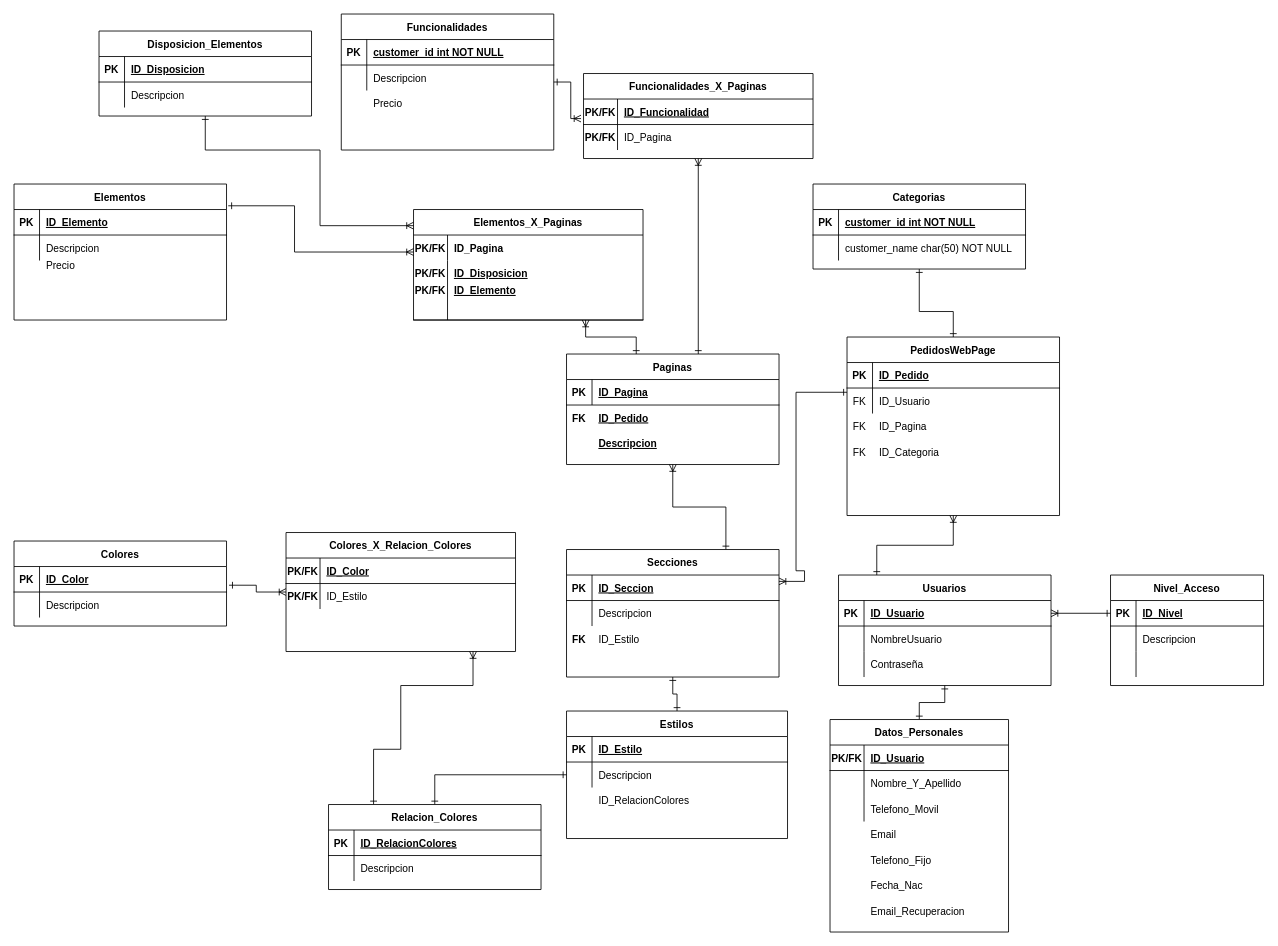
The draw.io diagram TPC_Ferreira_Huarcaya/Diagramas/DiagramaSQL.drawio in Cout-Nico-F/TPC_Ferreira_Huarcaya, before the edit. Source tidied: cells renumbered, new cells numbered last; positions are measured from the earlier drawing's top-left corner, leaving out a move shared by most shapes. Both pictures are drawn from the tidied source at 85%, with x=0, y=0 at pixel (14, 14).
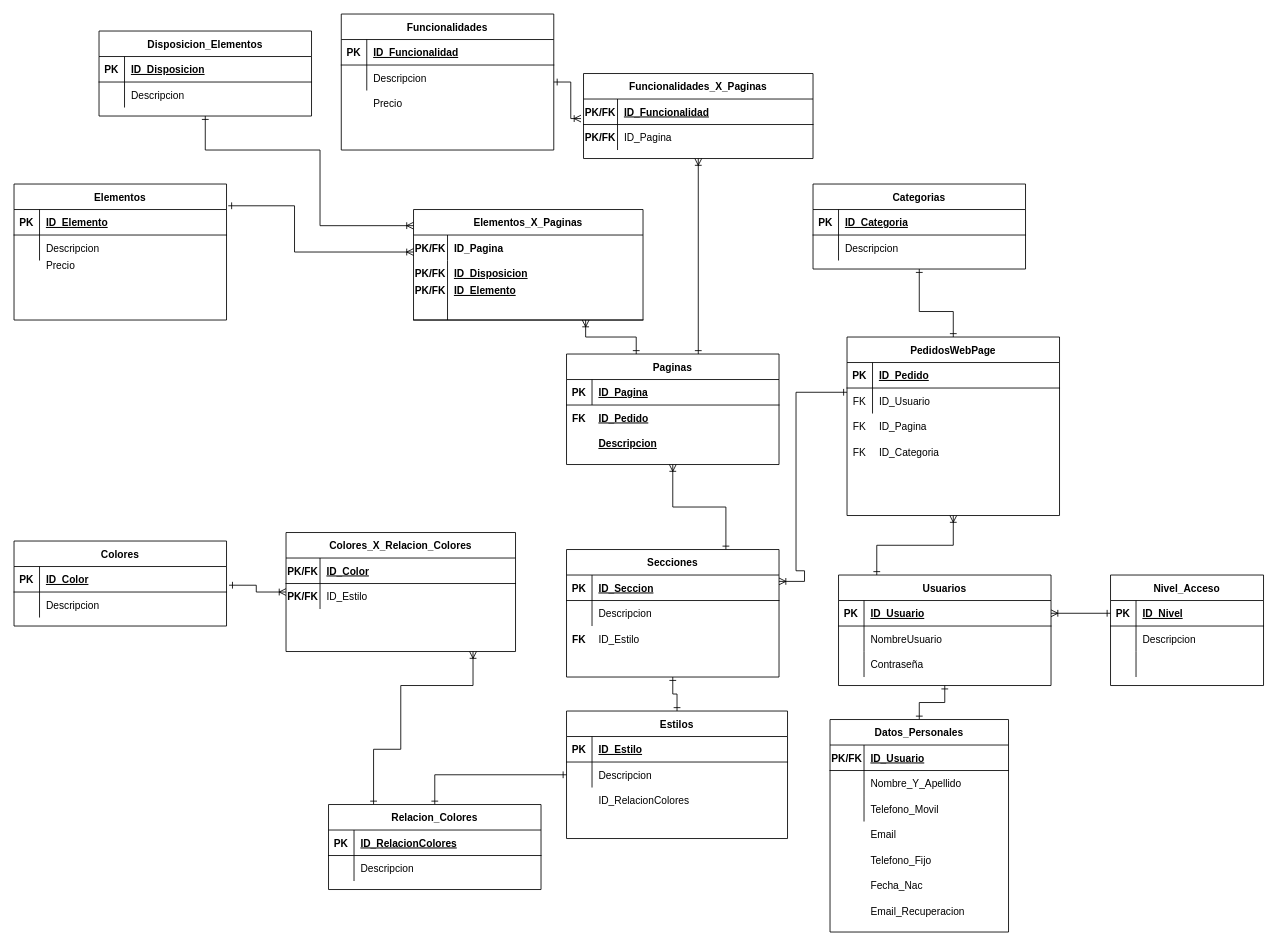
The same diagram, later.

Commit message:
DER:Modifique 2 campos que tenian el nombre por defecto CustomerID por el real

Unchanged cells that the change refers to:
```xml
<mxCell id="56" style="shape=partialRectangle;fillColor=none;top=0;left=0;right=0;bottom=1;" parent="55" vertex="1">
  <mxGeometry y="30" width="250" height="30" as="geometry" />
</mxCell>
<mxCell id="118" style="shape=partialRectangle;fillColor=none;top=0;left=0;right=0;bottom=1;" parent="117" vertex="1">
  <mxGeometry y="30" width="250" height="30" as="geometry" />
</mxCell>
<mxCell id="121" style="shape=partialRectangle;fillColor=none;top=0;left=0;right=0;bottom=0;" parent="117" vertex="1">
  <mxGeometry y="60" width="250" height="30" as="geometry" />
</mxCell>
```

Diff of the diagram source:
```diff
@@
-    <mxCell id="58" value="customer_id int NOT NULL " style="shape=partialRectangle;overflow=hidden;fillColor=none;top=0;left=0;bottom=0;right=0;align=left;spacingLeft=6;fontStyle=5;" parent="56" vertex="1">
+    <mxCell id="58" value="ID_Funcionalidad" style="shape=partialRectangle;overflow=hidden;fillColor=none;top=0;left=0;bottom=0;right=0;align=left;spacingLeft=6;fontStyle=5;" parent="56" vertex="1">
       <mxGeometry x="30" width="220" height="30" as="geometry" />
     </mxCell>
@@
-    <mxCell id="120" value="customer_id int NOT NULL " style="shape=partialRectangle;overflow=hidden;fillColor=none;top=0;left=0;bottom=0;right=0;align=left;spacingLeft=6;fontStyle=5;" parent="118" vertex="1">
+    <mxCell id="120" value="ID_Categoria" style="shape=partialRectangle;overflow=hidden;fillColor=none;top=0;left=0;bottom=0;right=0;align=left;spacingLeft=6;fontStyle=5;" parent="118" vertex="1">
       <mxGeometry x="30" width="220" height="30" as="geometry" />
     </mxCell>
@@
-    <mxCell id="123" value="customer_name char(50) NOT NULL" style="shape=partialRectangle;overflow=hidden;fillColor=none;top=0;left=0;bottom=0;right=0;align=left;spacingLeft=6;" parent="121" vertex="1">
+    <mxCell id="123" value="Descripcion" style="shape=partialRectangle;overflow=hidden;fillColor=none;top=0;left=0;bottom=0;right=0;align=left;spacingLeft=6;" parent="121" vertex="1">
       <mxGeometry x="30" width="220" height="30" as="geometry" />
     </mxCell>
```
